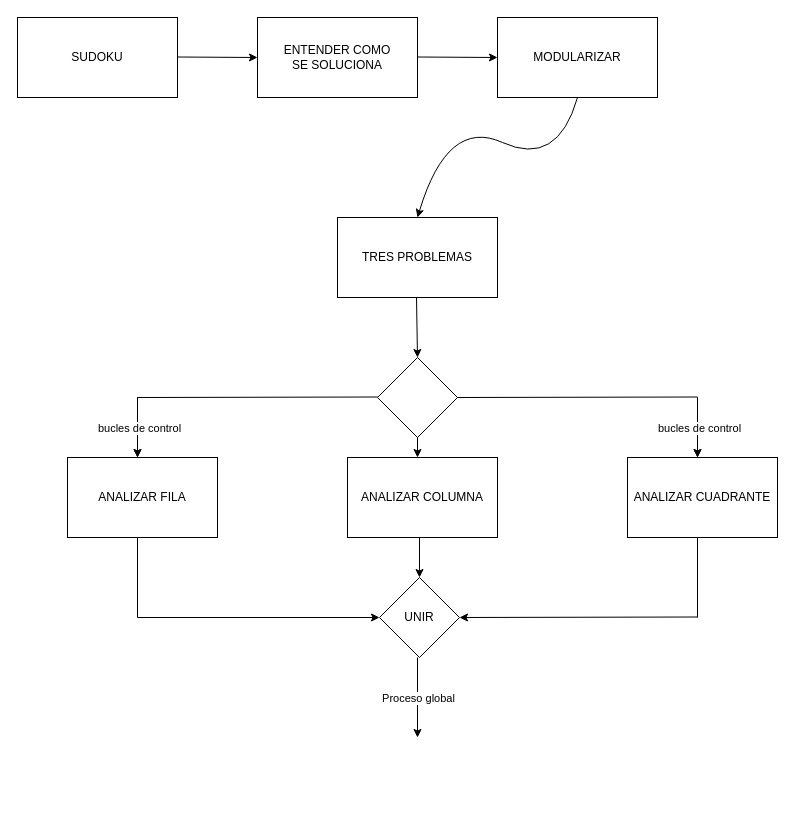
Above: Diagrama Flujo Sudoku.drawio in FrancoSantiagoTimpanaro/Sudoku (draw.io), before the change. Source tidied: cells renumbered, new cells numbered last; positions are measured from the earlier drawing's top-left corner, leaving out a move shared by most shapes. Both pictures are drawn from the tidied source at 100%, with x=0, y=0 at pixel (17, 17).
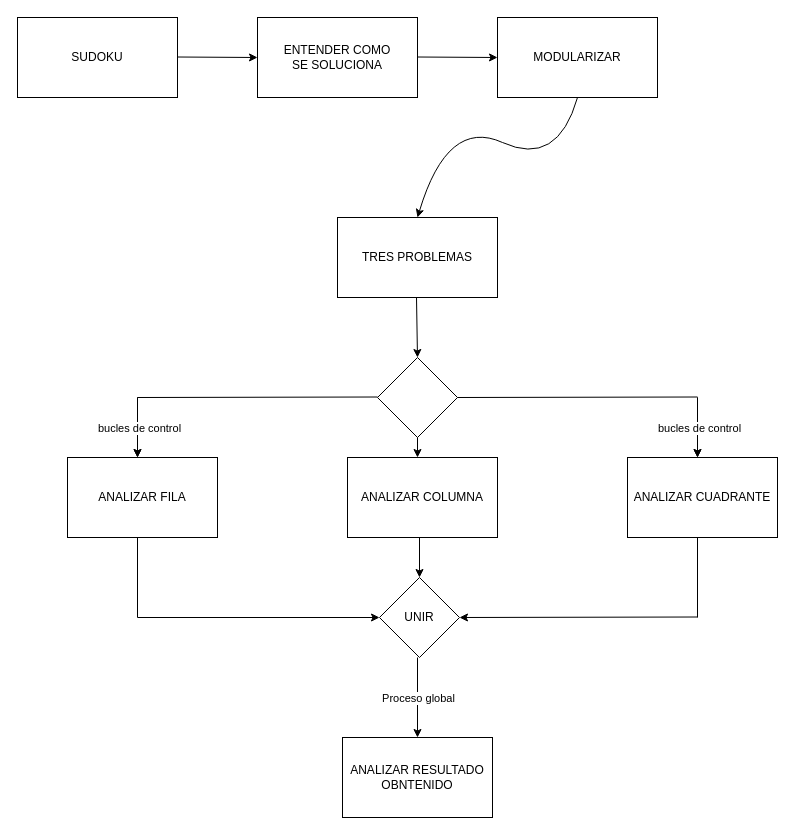
After the change.

Diff of the diagram source:
```diff
@@
+    <mxCell id="31" value="ANALIZAR RESULTADO&lt;br&gt;OBNTENIDO" style="rounded=0;whiteSpace=wrap;html=1;" parent="1" vertex="1">
+      <mxGeometry x="325" y="720" width="150" height="80" as="geometry" />
+    </mxCell>
```
